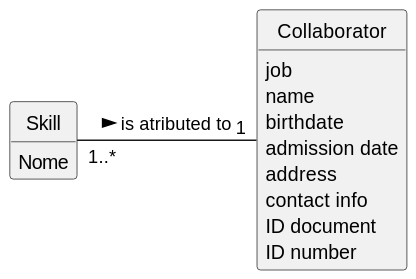
Earlier version of the PlantUML export docs/sprintA/us004/02.analysis/svg/us004-domain-model.svg (Departamento-de-Engenharia-Informatica/lei-24-s2-1do-g164).
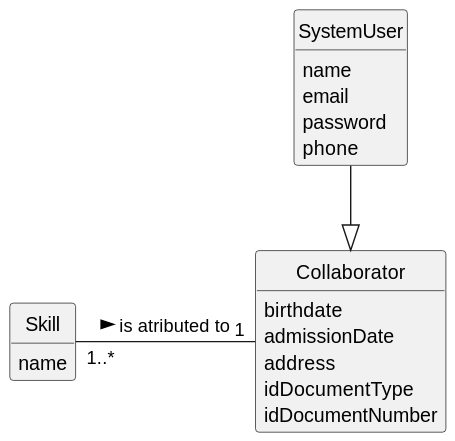
After the commit.

The edit, as a diff of the source:
```diff
@@ -9,23 +9,28 @@
 hide circle
 hide methods
 
+class SystemUser {
+    name
+    email
+    password
+    phone
+
+}
 
 
 class Collaborator {
-    job
-    name
     birthdate
-    admission date
+    admissionDate
     address
-    contact info
-    ID document
-    ID number
+    idDocumentType
+    idDocumentNumber
 }
 
 class Skill {
-    Nome
+    name
 }
 
 
 Skill "1..*" - "1" Collaborator: is atributed to >
+SystemUser --|> Collaborator
 @enduml
```
